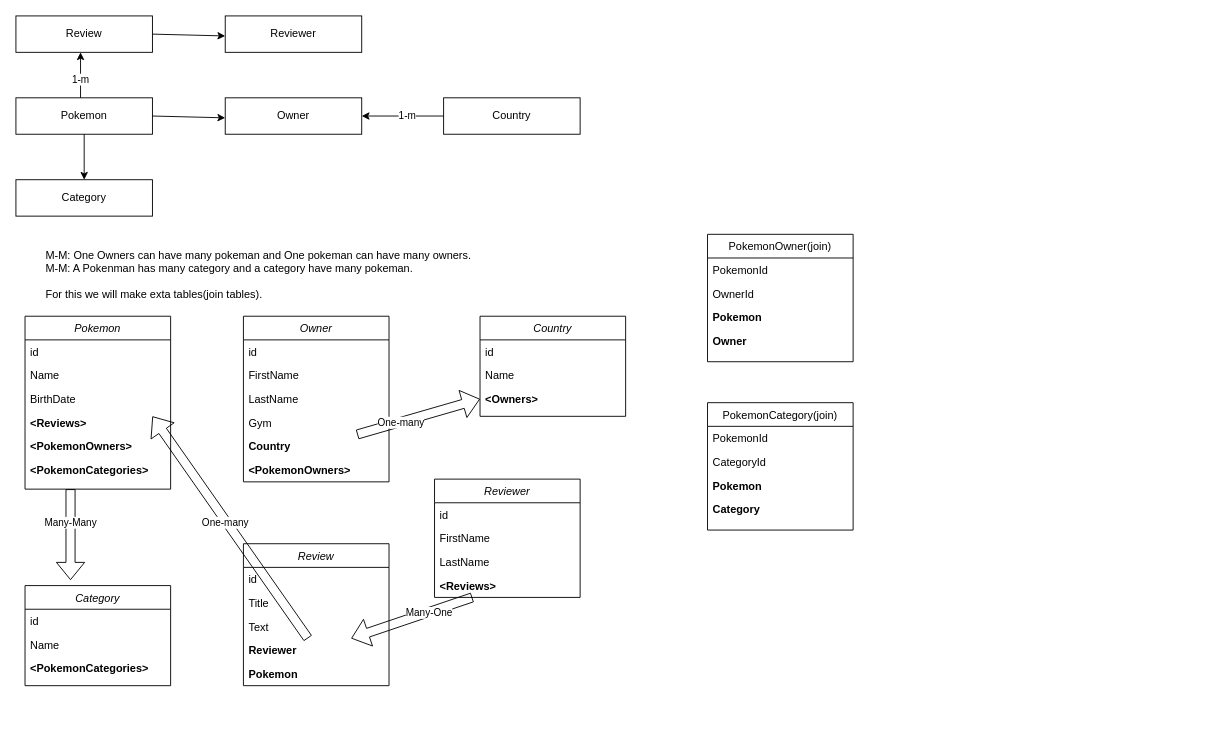
This is ASP.NETWebApi.drawio from AmmadNaseem/Projects-ERD-Diagrams, a draw.io file, before an edit. Source tidied: cells renumbered, new cells numbered last; positions are measured from the earlier drawing's top-left corner, leaving out a move shared by most shapes. Both pictures are drawn from the tidied source at 91%, with x=0, y=0 at pixel (15, 15).
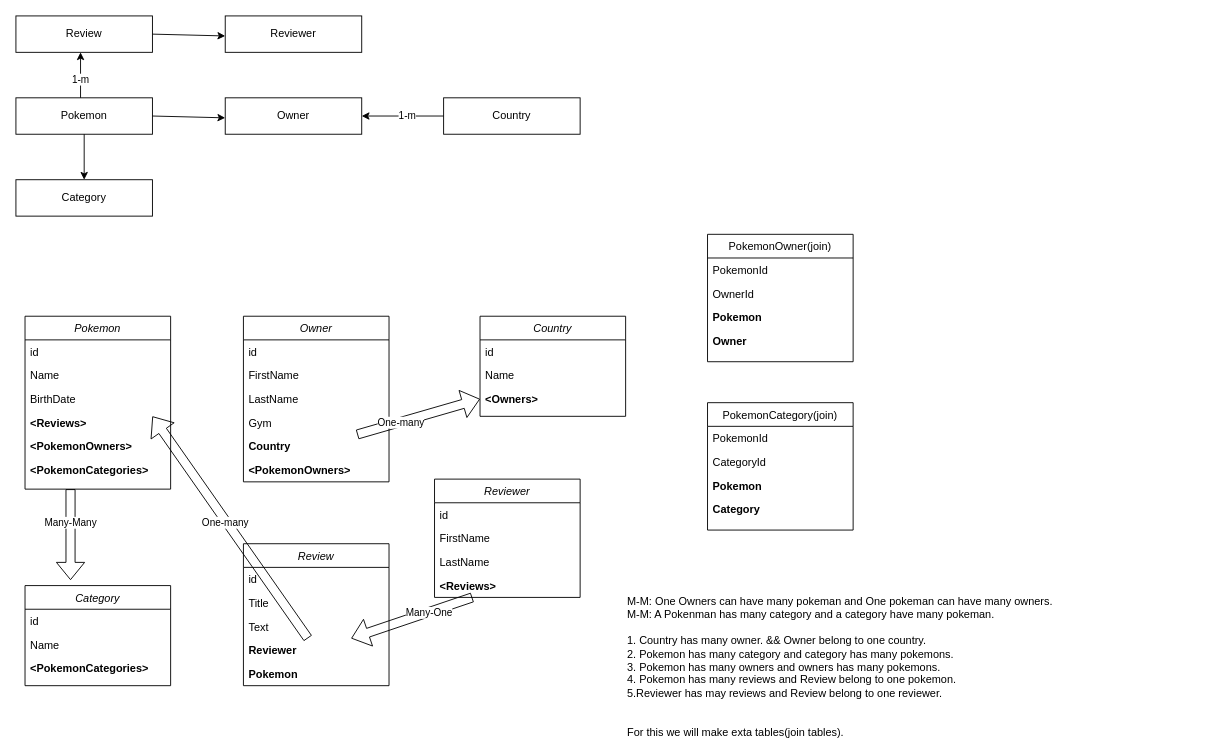
The same page after the edit.

Change to the diagram source:
```diff
@@
-    <mxCell id="64" value="&lt;div&gt;M-M: One Owners can have many pokeman and One pokeman can have many owners.&lt;/div&gt;&lt;div&gt;M-M: A Pokenman has many category and a category have many pokeman.&lt;/div&gt;&lt;div&gt;&lt;br&gt;&lt;/div&gt;&lt;div&gt;For this we will make exta tables(join tables). &lt;br&gt;&lt;/div&gt;" style="text;whiteSpace=wrap;html=1;" parent="1" vertex="1">
-      <mxGeometry x="31" y="250" width="640" height="40" as="geometry" />
+    <mxCell id="64" value="&lt;div&gt;M-M: One Owners can have many pokeman and One pokeman can have many owners.&lt;/div&gt;&lt;div&gt;M-M: A Pokenman has many category and a category have many pokeman.&lt;/div&gt;&lt;div&gt;&lt;br&gt;&lt;/div&gt;&lt;div&gt;1. Country has many owner. &amp;amp;&amp;amp; Owner belong to one country.&lt;br&gt;&lt;/div&gt;&lt;div&gt;2. Pokemon has many category and category has many pokemons.&lt;/div&gt;&lt;div&gt;3. Pokemon has many owners and owners has many pokemons.&lt;/div&gt;&lt;div&gt;4. Pokemon has many reviews and Review belong to one pokemon.&lt;/div&gt;&lt;div&gt;5.Reviewer has may reviews and Review belong to one reviewer.&lt;br&gt;&lt;/div&gt;&lt;div&gt;&lt;br&gt;&lt;/div&gt;&lt;div&gt;&lt;br&gt;&lt;/div&gt;&lt;div&gt;For this we will make exta tables(join tables). &lt;br&gt;&lt;/div&gt;" style="text;whiteSpace=wrap;html=1;" parent="1" vertex="1">
+      <mxGeometry x="670" y="630" width="640" height="40" as="geometry" />
     </mxCell>
```
